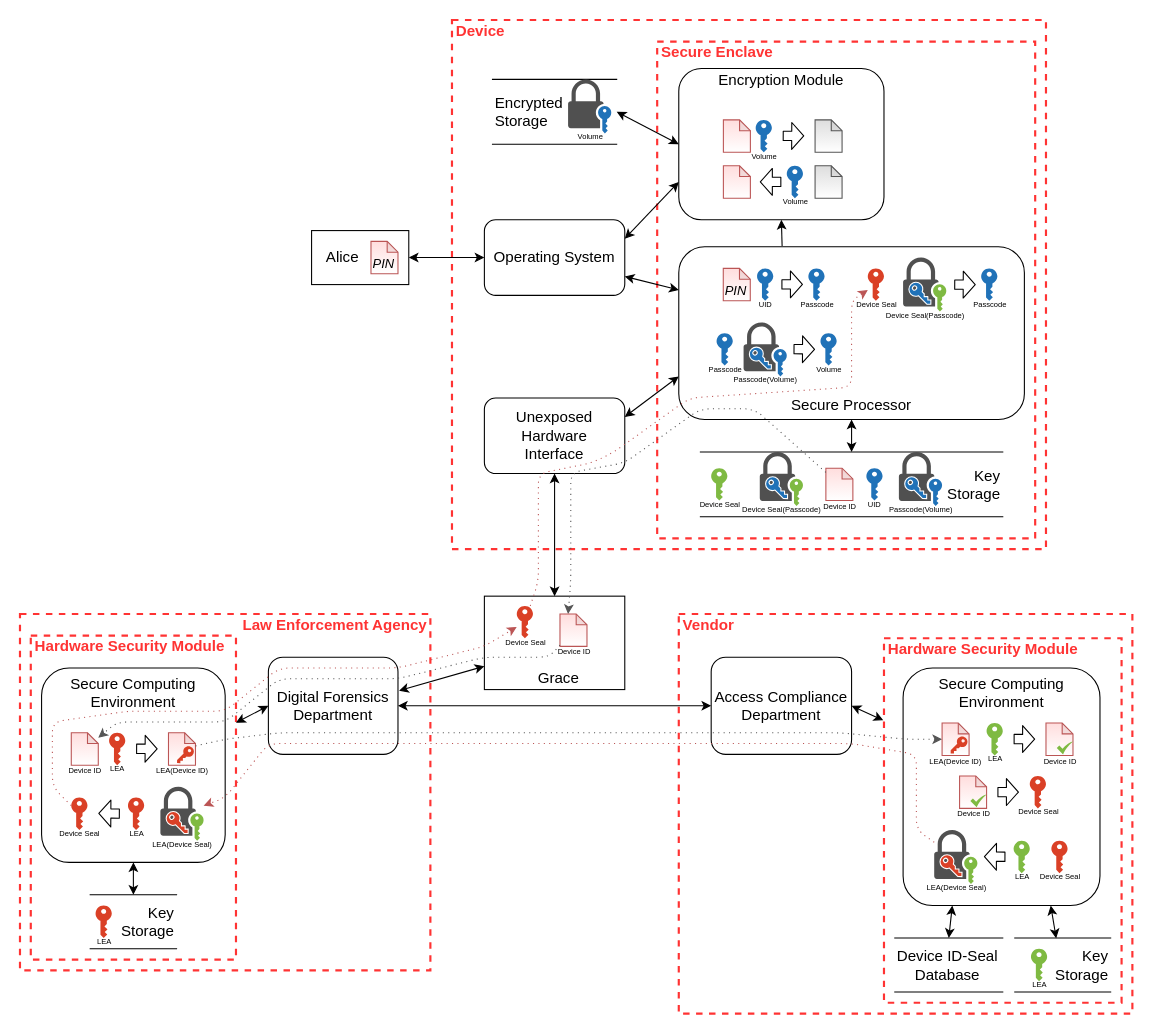
Before: dfds/DAR-level-1-crypto-iphone-LDAMSR.drawio in kkredit/confronting-wicked-crypto, a draw.io diagram. Source tidied: cells renumbered, new cells numbered last; positions are measured from the earlier drawing's top-left corner, leaving out a move shared by most shapes. Both pictures are drawn from the tidied source at 108%, with x=0, y=0 at pixel (19, 19).
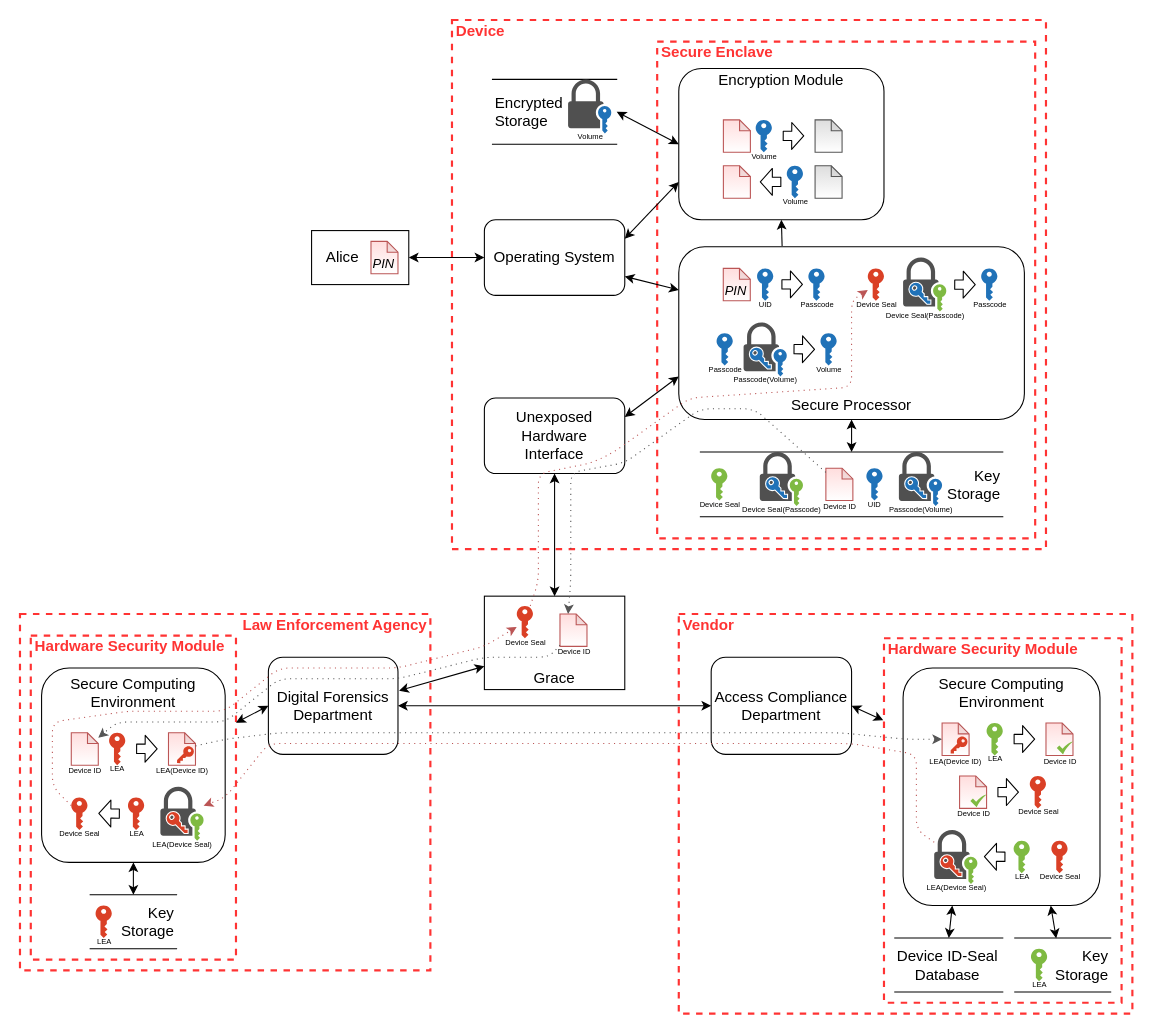
The same diagram, later.

The edit, as a diff of the source:
```diff
@@
-    <mxCell id="48" value="&lt;span style=&quot;font-size: 14px&quot;&gt;&amp;nbsp; Grace&lt;br&gt;&lt;/span&gt;" style="rounded=0;whiteSpace=wrap;html=1;align=center;verticalAlign=bottom;" parent="1" vertex="1">
+    <mxCell id="48" value="&lt;span style=&quot;font-size: 14px&quot;&gt;Grace&lt;br&gt;&lt;/span&gt;" style="rounded=0;whiteSpace=wrap;html=1;align=center;verticalAlign=bottom;" parent="1" vertex="1">
       <mxGeometry x="430" y="533.5" width="130" height="86.5" as="geometry" />
     </mxCell>
```
